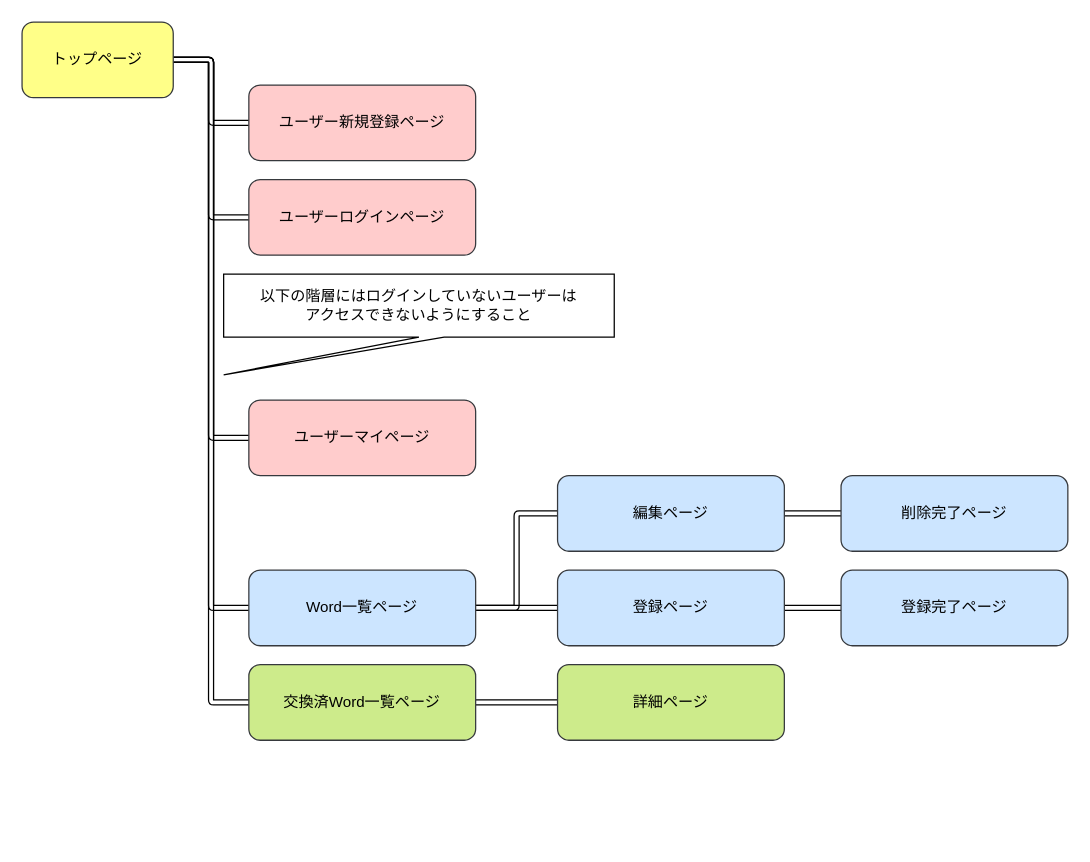
Before: 画面遷移図.dio in portfoliokns/word_experience, a draw.io diagram. Source tidied: cells renumbered, new cells numbered last; positions are measured from the earlier drawing's top-left corner, leaving out a move shared by most shapes. Both pictures are drawn from the tidied source at 126%, with x=0, y=0 at pixel (21, 21).
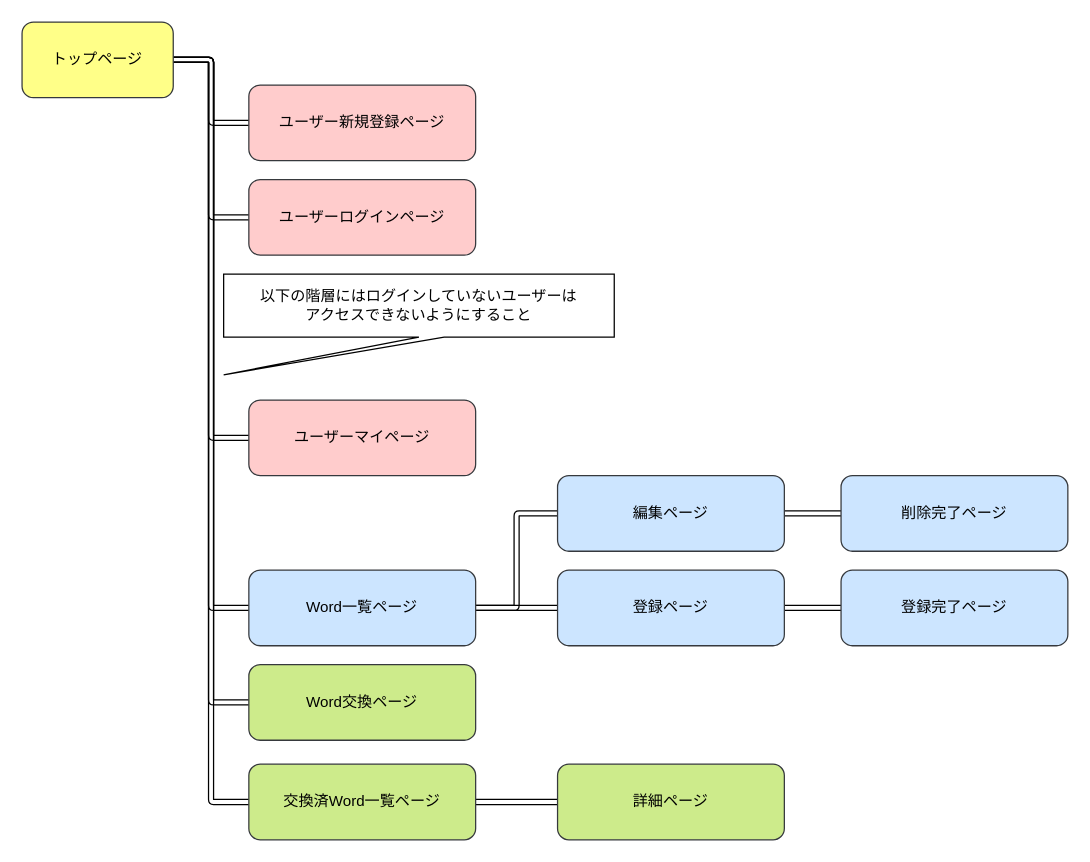
Above is the later version.

Unchanged cells that the change refers to:
```xml
<mxCell id="7" value="&lt;font color=&quot;#000000&quot;&gt;トップページ&lt;/font&gt;" style="rounded=1;whiteSpace=wrap;html=1;fillColor=#ffff88;strokeColor=#36393d;" parent="1" vertex="1">
  <mxGeometry width="120" height="60" as="geometry" />
</mxCell>
```

Change to the diagram source:
```diff
@@
+    <mxCell id="24" style="edgeStyle=orthogonalEdgeStyle;html=1;exitX=1;exitY=0.5;exitDx=0;exitDy=0;entryX=0;entryY=0.5;entryDx=0;entryDy=0;shape=link;" parent="1" edge="1" source="7" target="25">
+      <mxGeometry relative="1" as="geometry" />
+    </mxCell>
@@
     <mxCell id="15" value="&lt;font color=&quot;#000000&quot;&gt;交換済Word一覧ページ&lt;/font&gt;" style="rounded=1;whiteSpace=wrap;html=1;fillColor=#cdeb8b;strokeColor=#36393d;" parent="1" vertex="1">
-      <mxGeometry x="180" y="510" width="180" height="60" as="geometry" />
+      <mxGeometry x="180" y="589" width="180" height="60" as="geometry" />
     </mxCell>
@@
     <mxCell id="22" value="&lt;font color=&quot;#000000&quot;&gt;詳細ページ&lt;/font&gt;" style="rounded=1;whiteSpace=wrap;html=1;fillColor=#cdeb8b;strokeColor=#36393d;" parent="1" vertex="1">
-      <mxGeometry x="425" y="510" width="180" height="60" as="geometry" />
+      <mxGeometry x="425" y="589" width="180" height="60" as="geometry" />
     </mxCell>
@@
+    <mxCell id="25" value="&lt;font color=&quot;#000000&quot;&gt;Word交換ページ&lt;/font&gt;" style="rounded=1;whiteSpace=wrap;html=1;fillColor=#cdeb8b;strokeColor=#36393d;" parent="1" vertex="1">
+      <mxGeometry x="180" y="510" width="180" height="60" as="geometry" />
+    </mxCell>
```
